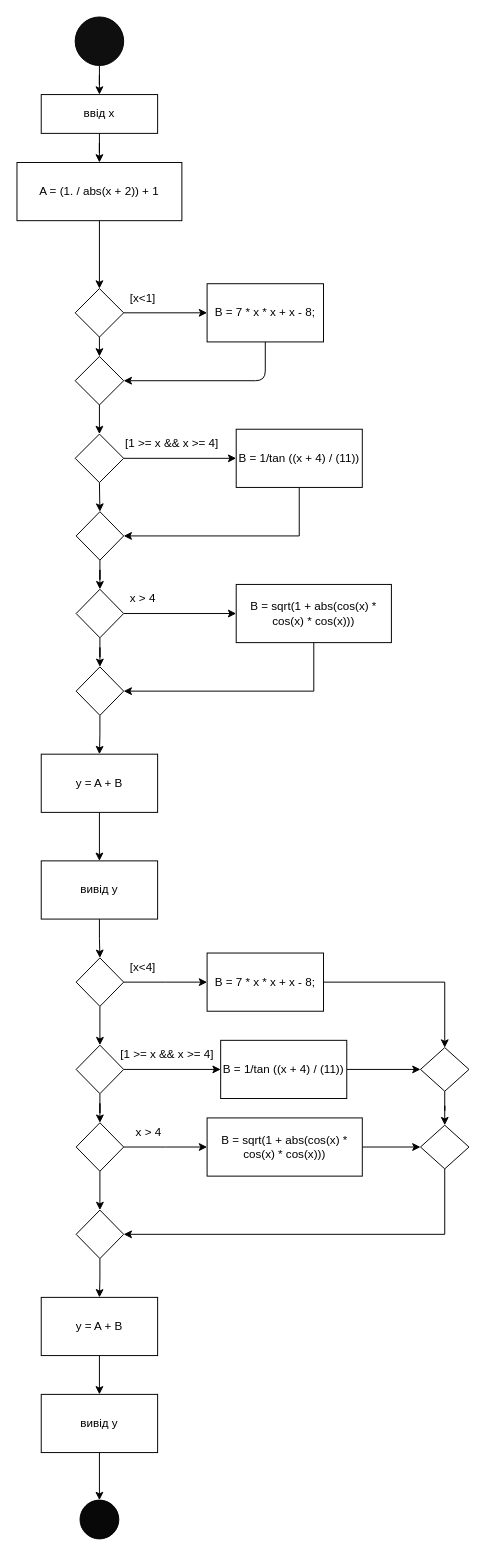
This is Uml Diagram.drawio from ZhurakovskyiArtem/lab_03, a draw.io file, before an edit. Source tidied: cells renumbered, new cells numbered last; positions are measured from the earlier drawing's top-left corner, leaving out a move shared by most shapes. Both pictures are drawn from the tidied source at 97%, with x=0, y=0 at pixel (16, 16).
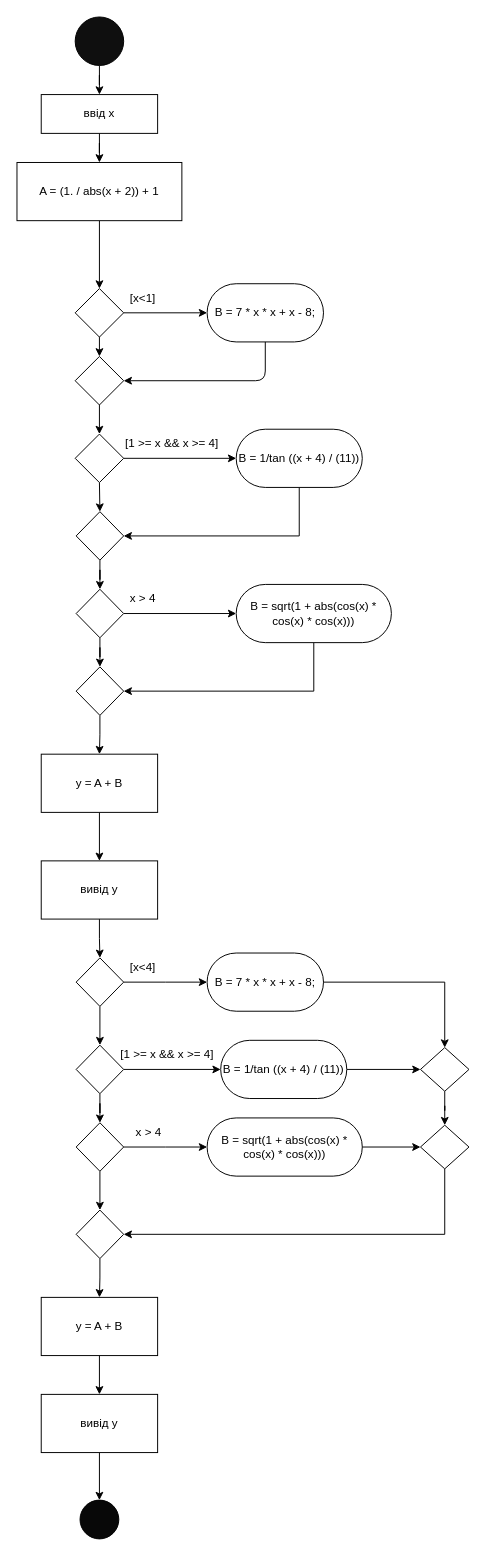
After the change.

Diff of the diagram source:
```diff
@@
-    <mxCell id="11" value="B = 7 * x * x + x - 8;" style="whiteSpace=wrap;html=1;fillColor=#FFFFFF;" parent="1" vertex="1">
+    <mxCell id="11" value="B = 7 * x * x + x - 8;" style="whiteSpace=wrap;html=1;fillColor=#FFFFFF;rounded=1;arcSize=50;" parent="1" vertex="1">
       <mxGeometry x="196" y="275" width="120" height="60" as="geometry" />
     </mxCell>
@@
-    <mxCell id="20" value="B = 1/tan ((x + 4) / (11))" style="rounded=0;whiteSpace=wrap;html=1;fillColor=#FFFFFF;" parent="1" vertex="1">
+    <mxCell id="20" value="B = 1/tan ((x + 4) / (11))" style="rounded=1;whiteSpace=wrap;html=1;fillColor=#FFFFFF;arcSize=50;" parent="1" vertex="1">
       <mxGeometry x="226" y="425" width="130" height="60" as="geometry" />
     </mxCell>
@@
-    <mxCell id="28" value="B = sqrt(1 + abs(cos(x) * cos(x) * cos(x)))" style="whiteSpace=wrap;html=1;fillColor=#FFFFFF;" parent="1" vertex="1">
+    <mxCell id="28" value="B = sqrt(1 + abs(cos(x) * cos(x) * cos(x)))" style="whiteSpace=wrap;html=1;fillColor=#FFFFFF;rounded=1;arcSize=50;" parent="1" vertex="1">
       <mxGeometry x="226" y="585" width="160" height="60" as="geometry" />
     </mxCell>
@@
-    <mxCell id="40" value="B = 7 * x * x + x - 8;" style="whiteSpace=wrap;html=1;fillColor=#FFFFFF;" parent="1" vertex="1">
+    <mxCell id="40" value="B = 7 * x * x + x - 8;" style="whiteSpace=wrap;html=1;fillColor=#FFFFFF;rounded=1;arcSize=50;" parent="1" vertex="1">
       <mxGeometry x="196" y="965" width="120" height="60" as="geometry" />
     </mxCell>
@@
-    <mxCell id="45" value="B = 1/tan ((x + 4) / (11))" style="rounded=0;whiteSpace=wrap;html=1;fillColor=#FFFFFF;" parent="1" vertex="1">
+    <mxCell id="45" value="B = 1/tan ((x + 4) / (11))" style="rounded=1;whiteSpace=wrap;html=1;fillColor=#FFFFFF;arcSize=50;" parent="1" vertex="1">
       <mxGeometry x="210" y="1055" width="130" height="60" as="geometry" />
     </mxCell>
@@
-    <mxCell id="51" value="B = sqrt(1 + abs(cos(x) * cos(x) * cos(x)))" style="whiteSpace=wrap;html=1;fillColor=#FFFFFF;" parent="1" vertex="1">
+    <mxCell id="51" value="B = sqrt(1 + abs(cos(x) * cos(x) * cos(x)))" style="whiteSpace=wrap;html=1;fillColor=#FFFFFF;rounded=1;arcSize=50;" parent="1" vertex="1">
       <mxGeometry x="196" y="1135" width="160" height="60" as="geometry" />
     </mxCell>
```
